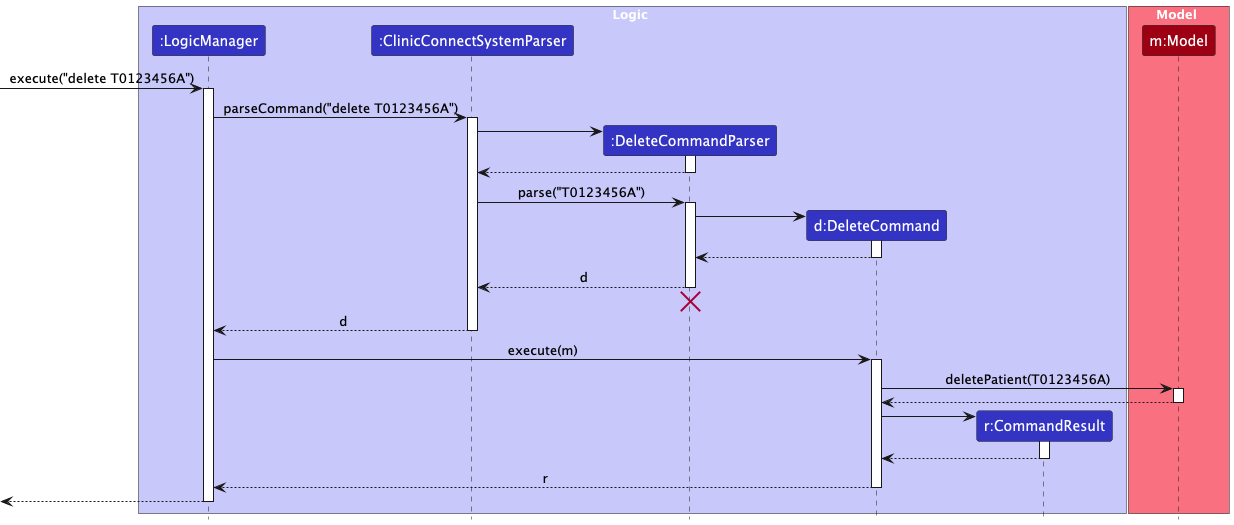
This is docs/images/DeleteSequenceDiagram.png from nus-cs2103-AY2425S1/tp, a PlantUML export, as it was before one commit.
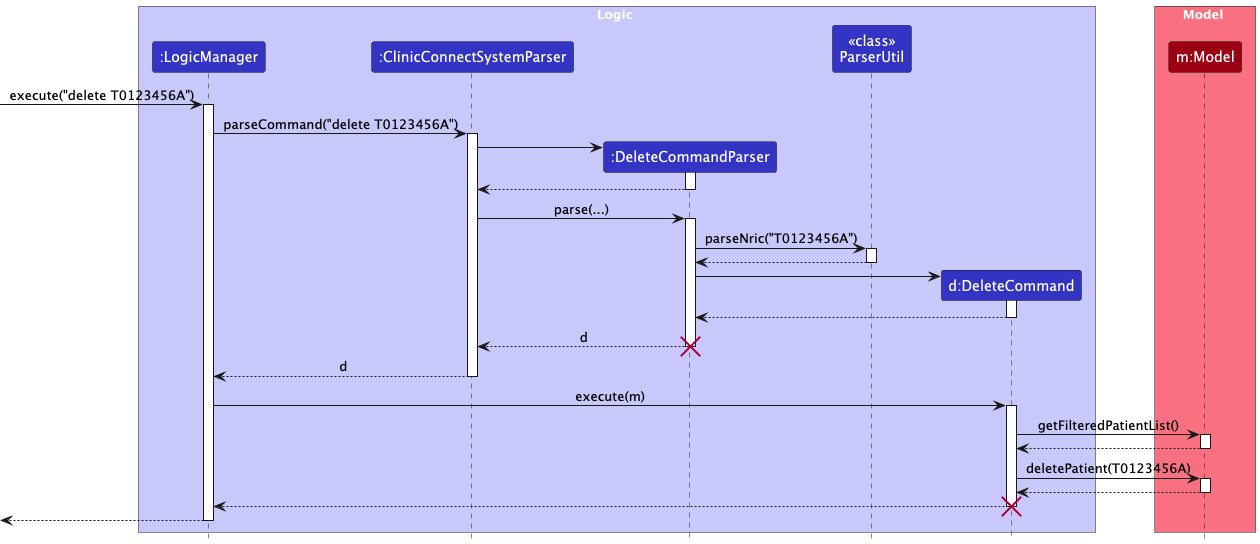
After the commit.

Diff of the diagram source:
```diff
@@ -1,69 +1,72 @@
-@startuml
+@startuml DeleteSequenceDiagram
 !include style.puml
 skinparam ArrowFontStyle plain
-
 box Logic LOGIC_COLOR_T1
 participant ":LogicManager" as LogicManager LOGIC_COLOR
 participant ":ClinicConnectSystemParser" as ClinicConnectSystemParser LOGIC_COLOR
 participant ":DeleteCommandParser" as DeleteCommandParser LOGIC_COLOR
+participant "<<class>>\nParserUtil" as ParserUtil LOGIC_COLOR
 participant "d:DeleteCommand" as DeleteCommand LOGIC_COLOR
-participant "r:CommandResult" as CommandResult LOGIC_COLOR
 end box
-
 box Model MODEL_COLOR_T1
 participant "m:Model" as Model MODEL_COLOR
 end box
 
 [-> LogicManager : execute("delete T0123456A")
+
 activate LogicManager
+LogicManager -> ClinicConnectSystemParser : parseCommand("delete T0123456A")
 
-LogicManager -> ClinicConnectSystemParser : parseCommand("delete T0123456A")
 activate ClinicConnectSystemParser
-
 create DeleteCommandParser
 ClinicConnectSystemParser -> DeleteCommandParser
+
 activate DeleteCommandParser
-
 DeleteCommandParser --> ClinicConnectSystemParser
 deactivate DeleteCommandParser
 
-ClinicConnectSystemParser -> DeleteCommandParser : parse("T0123456A")
+ClinicConnectSystemParser -> DeleteCommandParser : parse(...)
+
 activate DeleteCommandParser
+DeleteCommandParser -> ParserUtil : parseNric("T0123456A")
+
+activate ParserUtil
+ParserUtil --> DeleteCommandParser
+deactivate ParserUtil
 
 create DeleteCommand
 DeleteCommandParser -> DeleteCommand
+
 activate DeleteCommand
-
-DeleteCommand --> DeleteCommandParser :
+DeleteCommand --> DeleteCommandParser
 deactivate DeleteCommand
 
 DeleteCommandParser --> ClinicConnectSystemParser : d
 deactivate DeleteCommandParser
-DeleteCommandParser -[hidden]-> ClinicConnectSystemParser
 destroy DeleteCommandParser
 
 ClinicConnectSystemParser --> LogicManager : d
 deactivate ClinicConnectSystemParser
 
 LogicManager -> DeleteCommand : execute(m)
+
 activate DeleteCommand
+DeleteCommand -> Model : getFilteredPatientList()
 
-DeleteCommand -> Model : deletePatient(T0123456A)
 activate Model
-
 Model --> DeleteCommand
 deactivate Model
 
-create CommandResult
-DeleteCommand -> CommandResult
-activate CommandResult
+DeleteCommand -> Model : deletePatient(T0123456A)
 
-CommandResult --> DeleteCommand
-deactivate CommandResult
+activate Model
+Model --> DeleteCommand
+deactivate Model
 
-DeleteCommand --> LogicManager : r
+DeleteCommand --> LogicManager
 deactivate DeleteCommand
+destroy DeleteCommand
 
-[<--LogicManager
+[<-- LogicManager
 deactivate LogicManager
 @enduml
```
